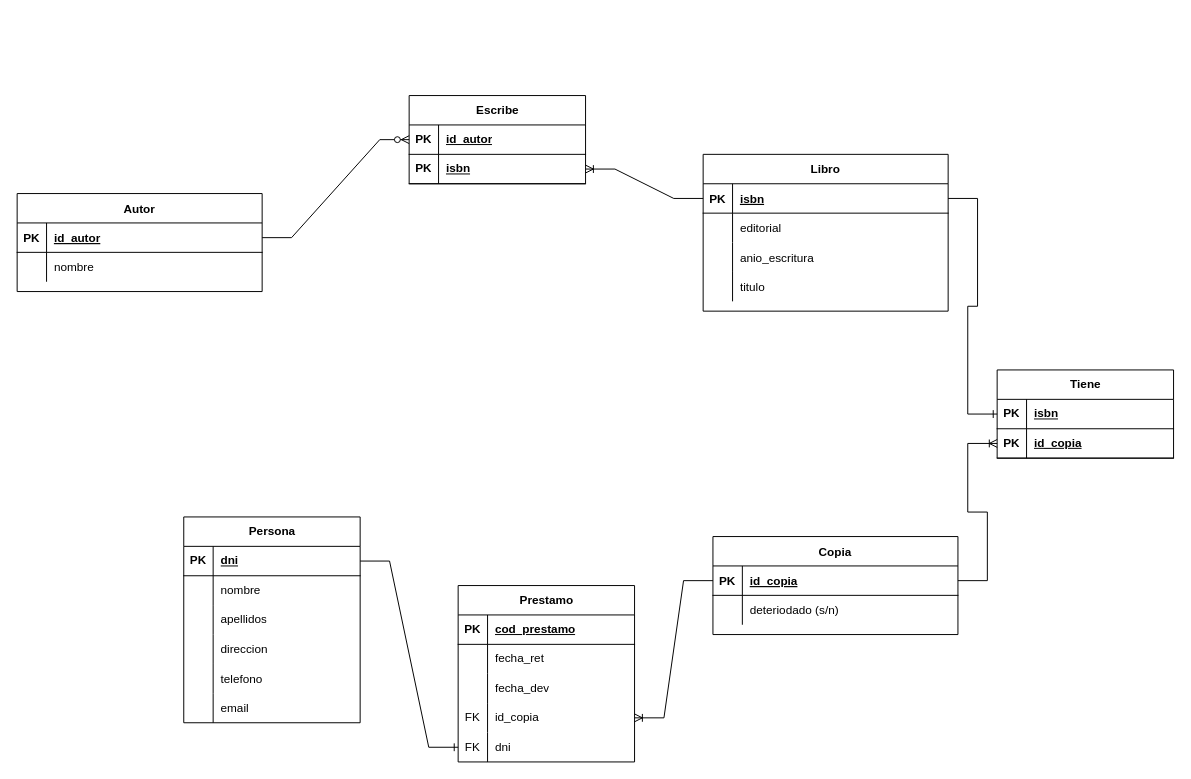
Earlier version of the draw.io diagram tema7/Ejercicios/Ejercicio1.drawio (Fjalc99/base_de_datos). Source tidied: cells renumbered, new cells numbered last; positions are measured from the earlier drawing's top-left corner, leaving out a move shared by most shapes. Both pictures are drawn from the tidied source at 98%, with x=0, y=0 at pixel (17, 95).
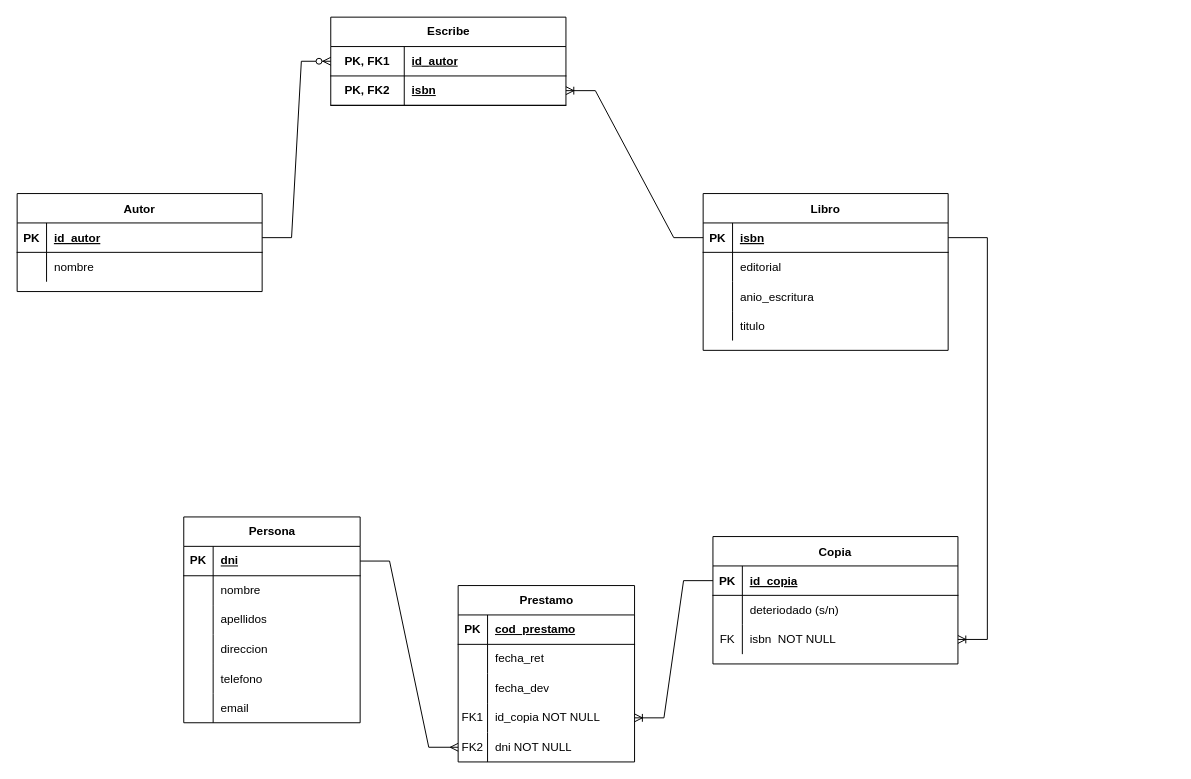
Above is the later version.

Unchanged cells that the change refers to:
```xml
<mxCell id="3" style="shape=partialRectangle;fillColor=none;points=[[0,0.5],[1,0.5]];portConstraint=eastwest;top=0;left=0;right=0;bottom=1;" parent="2" vertex="1">
  <mxGeometry y="30" width="250" height="30" as="geometry" />
</mxCell>
<mxCell id="16" style="shape=partialRectangle;fillColor=none;points=[[0,0.5],[1,0.5]];portConstraint=eastwest;top=0;left=0;right=0;bottom=1;" parent="15" vertex="1">
  <mxGeometry y="30" width="250" height="30" as="geometry" />
</mxCell>
<mxCell id="23" style="shape=partialRectangle;fillColor=none;points=[[0,0.5],[1,0.5]];portConstraint=eastwest;top=0;left=0;right=0;bottom=1;" parent="22" vertex="1">
  <mxGeometry y="30" width="250" height="30" as="geometry" />
</mxCell>
<mxCell id="30" style="shape=tableRow;horizontal=0;startSize=0;swimlaneHead=0;swimlaneBody=0;fillColor=none;points=[[0,0.5],[1,0.5]];portConstraint=eastwest;top=0;left=0;right=0;bottom=1;" parent="29" vertex="1">
  <mxGeometry y="30" width="180" height="30" as="geometry" />
</mxCell>
<mxCell id="76" style="shape=tableRow;horizontal=0;startSize=0;swimlaneHead=0;swimlaneBody=0;fillColor=none;points=[[0,0.5],[1,0.5]];portConstraint=eastwest;top=0;left=0;right=0;bottom=0;" parent="66" vertex="1">
  <mxGeometry y="120" width="180" height="30" as="geometry" />
</mxCell>
<mxCell id="79" style="shape=tableRow;horizontal=0;startSize=0;swimlaneHead=0;swimlaneBody=0;fillColor=none;points=[[0,0.5],[1,0.5]];portConstraint=eastwest;top=0;left=0;right=0;bottom=0;" parent="66" vertex="1">
  <mxGeometry y="150" width="180" height="30" as="geometry" />
</mxCell>
```

Diff of the diagram source:
```diff
@@
     <mxCell id="2" value="Libro" style="shape=table;startSize=30;childLayout=tableLayout;rowLines=0;fontStyle=1;align=center;" parent="1" vertex="1">
-      <mxGeometry x="700" y="60" width="250" height="160" as="geometry" />
+      <mxGeometry x="700" y="100" width="250" height="160" as="geometry" />
     </mxCell>
@@
     <mxCell id="15" value="Copia" style="shape=table;startSize=30;childLayout=tableLayout;rowLines=0;fontStyle=1;align=center;" parent="1" vertex="1">
-      <mxGeometry x="710" y="450" width="250" height="100" as="geometry" />
+      <mxGeometry x="710" y="450" width="250" height="130" as="geometry" />
     </mxCell>
@@
+    <mxCell id="84" style="shape=tableRow;horizontal=0;startSize=0;swimlaneHead=0;swimlaneBody=0;fillColor=none;points=[[0,0.5],[1,0.5]];portConstraint=eastwest;top=0;left=0;right=0;bottom=0;" parent="15" vertex="1">
+      <mxGeometry y="90" width="250" height="30" as="geometry" />
+    </mxCell>
+    <mxCell id="85" value="FK" style="shape=partialRectangle;fillColor=none;top=0;left=0;bottom=0;right=0;fontStyle=0;overflow=hidden;whiteSpace=wrap;html=1;" parent="84" vertex="1">
+      <mxGeometry width="30" height="30" as="geometry" />
+    </mxCell>
+    <mxCell id="86" value="isbn&amp;nbsp; NOT NULL" style="shape=partialRectangle;fillColor=none;top=0;left=0;bottom=0;right=0;align=left;spacingLeft=6;fontStyle=0;overflow=hidden;whiteSpace=wrap;html=1;" parent="84" vertex="1">
+      <mxGeometry x="30" width="220" height="30" as="geometry" />
+    </mxCell>
@@
     <mxCell id="48" value="Escribe" style="shape=table;startSize=30;childLayout=tableLayout;rowLines=0;fontStyle=1;align=center;html=1;" parent="1" vertex="1">
-      <mxGeometry x="400" width="180" height="90" as="geometry" />
+      <mxGeometry x="320" y="-80" width="240" height="90" as="geometry" />
     </mxCell>
     <mxCell id="49" style="shape=tableRow;horizontal=0;startSize=0;swimlaneHead=0;swimlaneBody=0;fillColor=none;points=[[0,0.5],[1,0.5]];portConstraint=eastwest;top=0;left=0;right=0;bottom=1;" parent="48" vertex="1">
-      <mxGeometry y="30" width="180" height="30" as="geometry" />
+      <mxGeometry y="30" width="240" height="30" as="geometry" />
     </mxCell>
-    <mxCell id="50" value="PK" style="shape=partialRectangle;fillColor=none;top=0;left=0;bottom=0;right=0;fontStyle=1;overflow=hidden;whiteSpace=wrap;html=1;" parent="49" vertex="1">
-      <mxGeometry width="30" height="30" as="geometry" />
+    <mxCell id="50" value="PK, FK1" style="shape=partialRectangle;fillColor=none;top=0;left=0;bottom=0;right=0;fontStyle=1;overflow=hidden;whiteSpace=wrap;html=1;" parent="49" vertex="1">
+      <mxGeometry width="75" height="30" as="geometry" />
     </mxCell>
     <mxCell id="51" value="id_autor" style="shape=partialRectangle;fillColor=none;top=0;left=0;bottom=0;right=0;align=left;spacingLeft=6;fontStyle=5;overflow=hidden;whiteSpace=wrap;html=1;" parent="49" vertex="1">
-      <mxGeometry x="30" width="150" height="30" as="geometry" />
+      <mxGeometry x="75" width="165" height="30" as="geometry" />
     </mxCell>
     <mxCell id="52" style="shape=tableRow;horizontal=0;startSize=0;swimlaneHead=0;swimlaneBody=0;fillColor=none;points=[[0,0.5],[1,0.5]];portConstraint=eastwest;top=0;left=0;right=0;bottom=1;" parent="48" vertex="1">
-      <mxGeometry y="60" width="180" height="30" as="geometry" />
+      <mxGeometry y="60" width="240" height="30" as="geometry" />
     </mxCell>
-    <mxCell id="53" value="PK" style="shape=partialRectangle;fillColor=none;top=0;left=0;bottom=0;right=0;fontStyle=1;overflow=hidden;whiteSpace=wrap;html=1;" parent="52" vertex="1">
-      <mxGeometry width="30" height="30" as="geometry" />
+    <mxCell id="53" value="PK, FK2" style="shape=partialRectangle;fillColor=none;top=0;left=0;bottom=0;right=0;fontStyle=1;overflow=hidden;whiteSpace=wrap;html=1;" parent="52" vertex="1">
+      <mxGeometry width="75" height="30" as="geometry" />
     </mxCell>
     <mxCell id="54" value="isbn" style="shape=partialRectangle;fillColor=none;top=0;left=0;bottom=0;right=0;align=left;spacingLeft=6;fontStyle=5;overflow=hidden;whiteSpace=wrap;html=1;" parent="52" vertex="1">
-      <mxGeometry x="30" width="150" height="30" as="geometry" />
+      <mxGeometry x="75" width="165" height="30" as="geometry" />
     </mxCell>
-    <mxCell id="55" value="Tiene" style="shape=table;startSize=30;childLayout=tableLayout;rowLines=0;fontStyle=1;align=center;html=1;" parent="1" vertex="1">
-      <mxGeometry x="1000" y="280" width="180" height="90" as="geometry" />
-    </mxCell>
-    <mxCell id="56" style="shape=tableRow;horizontal=0;startSize=0;swimlaneHead=0;swimlaneBody=0;fillColor=none;points=[[0,0.5],[1,0.5]];portConstraint=eastwest;top=0;left=0;right=0;bottom=1;" parent="55" vertex="1">
-      <mxGeometry y="30" width="180" height="30" as="geometry" />
-    </mxCell>
-    <mxCell id="57" value="PK" style="shape=partialRectangle;fillColor=none;top=0;left=0;bottom=0;right=0;fontStyle=1;overflow=hidden;whiteSpace=wrap;html=1;" parent="56" vertex="1">
-      <mxGeometry width="30" height="30" as="geometry" />
-    </mxCell>
-    <mxCell id="58" value="isbn" style="shape=partialRectangle;fillColor=none;top=0;left=0;bottom=0;right=0;align=left;spacingLeft=6;fontStyle=5;overflow=hidden;whiteSpace=wrap;html=1;" parent="56" vertex="1">
-      <mxGeometry x="30" width="150" height="30" as="geometry" />
-    </mxCell>
-    <mxCell id="59" style="shape=tableRow;horizontal=0;startSize=0;swimlaneHead=0;swimlaneBody=0;fillColor=none;points=[[0,0.5],[1,0.5]];portConstraint=eastwest;top=0;left=0;right=0;bottom=1;" parent="55" vertex="1">
-      <mxGeometry y="60" width="180" height="30" as="geometry" />
-    </mxCell>
-    <mxCell id="60" value="PK" style="shape=partialRectangle;fillColor=none;top=0;left=0;bottom=0;right=0;fontStyle=1;overflow=hidden;whiteSpace=wrap;html=1;" parent="59" vertex="1">
-      <mxGeometry width="30" height="30" as="geometry" />
-    </mxCell>
-    <mxCell id="61" value="id_copia" style="shape=partialRectangle;fillColor=none;top=0;left=0;bottom=0;right=0;align=left;spacingLeft=6;fontStyle=5;overflow=hidden;whiteSpace=wrap;html=1;" parent="59" vertex="1">
-      <mxGeometry x="30" width="150" height="30" as="geometry" />
-    </mxCell>
     <mxCell id="62" style="edgeStyle=entityRelationEdgeStyle;fontSize=12;html=1;endArrow=ERzeroToMany;endFill=1;rounded=0;" parent="1" edge="1" source="23" target="49">
-      <mxGeometry relative="1" as="geometry" />
+      <mxGeometry relative="1" as="geometry">
+        <Array as="points">
+          <mxPoint x="-40" y="25" />
+        </Array>
+      </mxGeometry>
     </mxCell>
@@
-    <mxCell id="64" style="edgeStyle=entityRelationEdgeStyle;fontSize=12;html=1;endArrow=ERone;endFill=1;rounded=0;" parent="1" edge="1" source="3" target="56">
-      <mxGeometry relative="1" as="geometry" />
-    </mxCell>
-    <mxCell id="65" style="edgeStyle=entityRelationEdgeStyle;fontSize=12;html=1;endArrow=ERoneToMany;rounded=0;exitX=1;exitY=0.5;exitDx=0;exitDy=0;" parent="1" edge="1" source="16" target="59">
-      <mxGeometry relative="1" as="geometry" />
-    </mxCell>
@@
-    <mxCell id="77" value="FK" style="shape=partialRectangle;fillColor=none;top=0;left=0;bottom=0;right=0;fontStyle=0;overflow=hidden;whiteSpace=wrap;html=1;" parent="76" vertex="1">
+    <mxCell id="77" value="FK1" style="shape=partialRectangle;fillColor=none;top=0;left=0;bottom=0;right=0;fontStyle=0;overflow=hidden;whiteSpace=wrap;html=1;" parent="76" vertex="1">
       <mxGeometry width="30" height="30" as="geometry" />
     </mxCell>
-    <mxCell id="78" value="id_copia" style="shape=partialRectangle;fillColor=none;top=0;left=0;bottom=0;right=0;align=left;spacingLeft=6;fontStyle=0;overflow=hidden;whiteSpace=wrap;html=1;" parent="76" vertex="1">
+    <mxCell id="78" value="id_copia NOT NULL" style="shape=partialRectangle;fillColor=none;top=0;left=0;bottom=0;right=0;align=left;spacingLeft=6;fontStyle=0;overflow=hidden;whiteSpace=wrap;html=1;" parent="76" vertex="1">
       <mxGeometry x="30" width="150" height="30" as="geometry" />
     </mxCell>
@@
-    <mxCell id="80" value="FK" style="shape=partialRectangle;fillColor=none;top=0;left=0;bottom=0;right=0;fontStyle=0;overflow=hidden;whiteSpace=wrap;html=1;" parent="79" vertex="1">
+    <mxCell id="80" value="FK2" style="shape=partialRectangle;fillColor=none;top=0;left=0;bottom=0;right=0;fontStyle=0;overflow=hidden;whiteSpace=wrap;html=1;" parent="79" vertex="1">
       <mxGeometry width="30" height="30" as="geometry" />
     </mxCell>
-    <mxCell id="81" value="dni" style="shape=partialRectangle;fillColor=none;top=0;left=0;bottom=0;right=0;align=left;spacingLeft=6;fontStyle=0;overflow=hidden;whiteSpace=wrap;html=1;" parent="79" vertex="1">
+    <mxCell id="81" value="dni NOT NULL" style="shape=partialRectangle;fillColor=none;top=0;left=0;bottom=0;right=0;align=left;spacingLeft=6;fontStyle=0;overflow=hidden;whiteSpace=wrap;html=1;" parent="79" vertex="1">
       <mxGeometry x="30" width="150" height="30" as="geometry" />
     </mxCell>
@@
+    <mxCell id="87" style="edgeStyle=entityRelationEdgeStyle;fontSize=12;html=1;endArrow=ERoneToMany;rounded=0;" parent="1" edge="1" source="3" target="84">
+      <mxGeometry relative="1" as="geometry" />
+    </mxCell>
-    <mxCell id="83" style="edgeStyle=entityRelationEdgeStyle;fontSize=12;html=1;endArrow=ERone;endFill=1;rounded=0;" parent="1" edge="1" source="30" target="79">
-      <mxGeometry relative="1" as="geometry">
-        <Array as="points">
-          <mxPoint x="430" y="400" />
-        </Array>
-      </mxGeometry>
+    <mxCell id="83" style="edgeStyle=entityRelationEdgeStyle;fontSize=12;html=1;endArrow=ERmany;rounded=0;" parent="1" edge="1" source="30" target="79">
+      <mxGeometry relative="1" as="geometry" />
     </mxCell>
```
